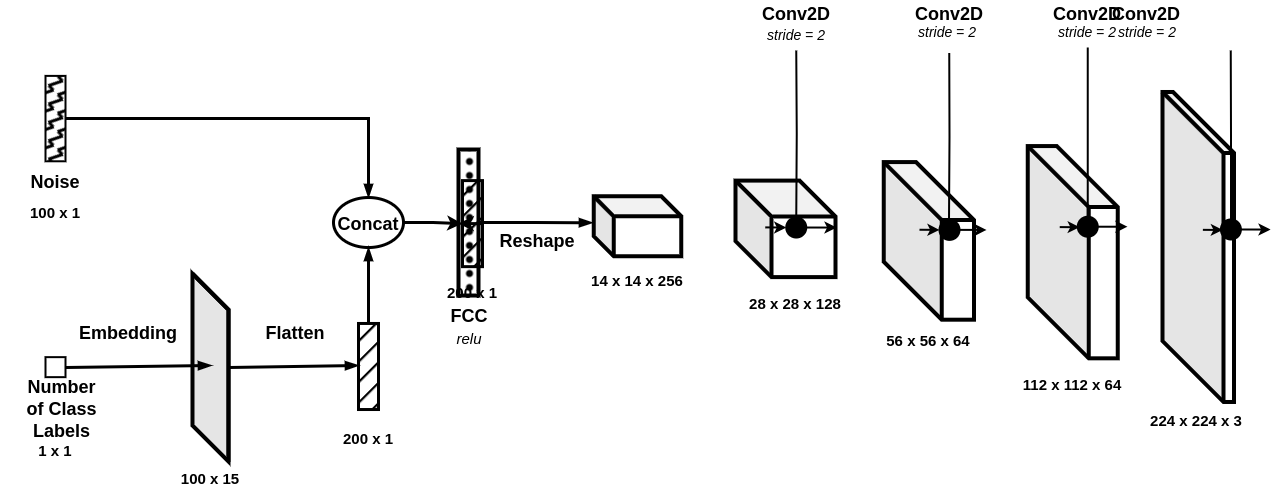
The draw.io diagram generator.png in viniciusrpb/drawio_flowcharts, before a commit. Source tidied: cells renumbered, new cells last; positions are measured from the earlier drawing's top-left corner, leaving out a move shared by most shapes.
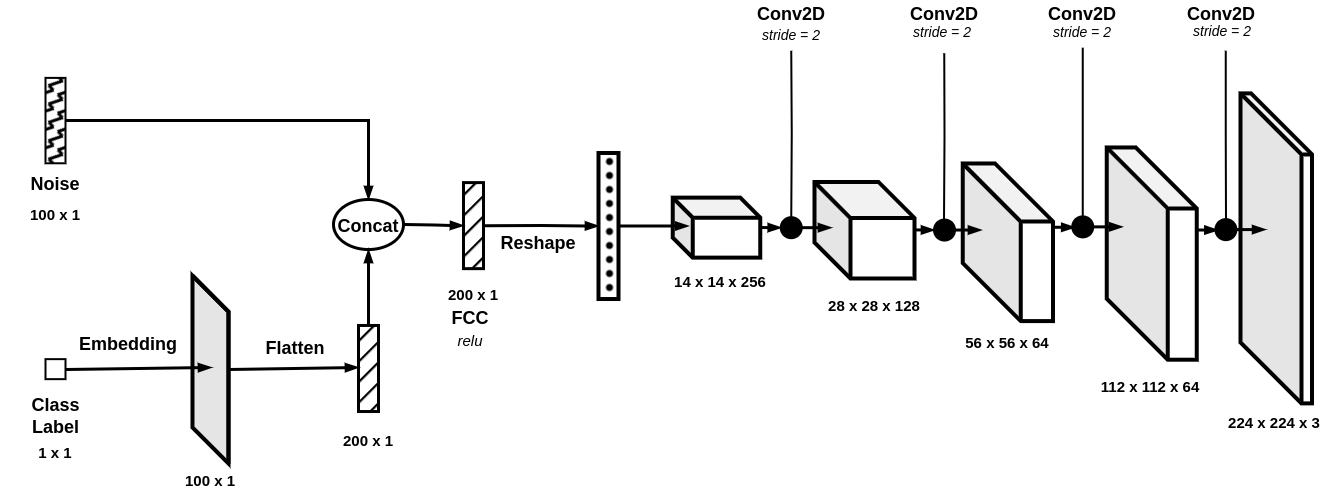
After the change.

The edit, as a diff of the source:
```diff
@@ -14,73 +14,75 @@
     <mxCell id="5" style="rounded=0;whiteSpace=wrap;html=1;strokeWidth=2;fillStyle=solid;fillColor=#FFFFFF;" parent="1" vertex="1">
       <mxGeometry x="45" y="357.6" width="20" height="20" as="geometry" />
     </mxCell>
-    <mxCell id="6" value="Number of Class&lt;div style=&quot;font-size: 18px;&quot;&gt;Labels&lt;/div&gt;&lt;div style=&quot;font-size: 18px;&quot;&gt;&lt;br&gt;&lt;/div&gt;" style="text;html=1;strokeColor=none;fillColor=none;align=center;verticalAlign=middle;whiteSpace=wrap;rounded=0;fontSize=18;fontStyle=1;strokeWidth=4;" parent="1" vertex="1">
-      <mxGeometry x="25" y="406.2" width="73" height="30" as="geometry" />
+    <mxCell id="6" value="&lt;div style=&quot;font-size: 18px;&quot;&gt;Class Label&lt;/div&gt;" style="text;html=1;strokeColor=none;fillColor=none;align=center;verticalAlign=middle;whiteSpace=wrap;rounded=0;fontSize=18;fontStyle=1;strokeWidth=4;" parent="1" vertex="1">
+      <mxGeometry x="18.5" y="399.6" width="73" height="30" as="geometry" />
     </mxCell>
-    <mxCell id="7" style="edgeStyle=orthogonalEdgeStyle;rounded=0;jettySize=auto;html=1;exitX=1;exitY=0.5;exitDx=0;exitDy=0;entryX=0;entryY=0.5;entryDx=0;entryDy=0;strokeWidth=3;" parent="1" edge="1" source="8" target="60">
-      <mxGeometry relative="1" as="geometry" />
+    <mxCell id="7" style="edgeStyle=orthogonalEdgeStyle;rounded=0;jettySize=auto;html=1;exitX=1;exitY=0.5;exitDx=0;exitDy=0;entryX=0;entryY=0.5;entryDx=0;entryDy=0;strokeWidth=3;endArrow=blockThin;endFill=1;" parent="1" edge="1" target="60">
+      <mxGeometry relative="1" as="geometry">
+        <mxPoint x="404" y="223" as="sourcePoint" />
+      </mxGeometry>
     </mxCell>
     <mxCell id="8" value="&lt;font style=&quot;font-size: 18px;&quot;&gt;Concat&lt;/font&gt;" style="ellipse;whiteSpace=wrap;html=1;strokeWidth=3;fontStyle=1;fontSize=24;" parent="1" vertex="1">
       <mxGeometry x="333" y="198" width="70" height="50" as="geometry" />
     </mxCell>
     <mxCell id="9" value="&lt;div style=&quot;font-size: 15px;&quot;&gt;28 x 28 x 128&lt;/div&gt;" style="text;html=1;strokeColor=none;fillColor=none;align=center;verticalAlign=middle;whiteSpace=wrap;rounded=0;fontSize=15;fontStyle=1;strokeWidth=4;" parent="1" vertex="1">
-      <mxGeometry x="735" y="289.3" width="120" height="30" as="geometry" />
+      <mxGeometry x="814" y="288.7" width="120" height="30" as="geometry" />
     </mxCell>
     <mxCell id="10" value="&lt;div style=&quot;font-size: 15px;&quot;&gt;56 x 56 x 64&lt;/div&gt;" style="text;html=1;strokeColor=none;fillColor=none;align=center;verticalAlign=middle;whiteSpace=wrap;rounded=0;fontSize=15;fontStyle=1;strokeWidth=4;" parent="1" vertex="1">
-      <mxGeometry x="868.4" y="326.2" width="120" height="30" as="geometry" />
+      <mxGeometry x="947.4" y="325.6" width="120" height="30" as="geometry" />
     </mxCell>
     <mxCell id="11" value="&lt;div style=&quot;font-size: 15px;&quot;&gt;112 x 112 x 64&lt;/div&gt;" style="text;html=1;strokeColor=none;fillColor=none;align=center;verticalAlign=middle;whiteSpace=wrap;rounded=0;fontSize=15;fontStyle=1;strokeWidth=4;" parent="1" vertex="1">
-      <mxGeometry x="1012.2" y="370.2" width="120" height="30" as="geometry" />
+      <mxGeometry x="1090.2" y="369.6" width="120" height="30" as="geometry" />
     </mxCell>
     <mxCell id="12" value="&lt;div style=&quot;font-size: 15px;&quot;&gt;224 x 224 x 3&lt;/div&gt;" style="text;html=1;strokeColor=none;fillColor=none;align=center;verticalAlign=middle;whiteSpace=wrap;rounded=0;fontSize=15;fontStyle=1;strokeWidth=4;" parent="1" vertex="1">
-      <mxGeometry x="1136.4" y="406.3" width="120" height="30" as="geometry" />
+      <mxGeometry x="1214.4" y="405.6" width="120" height="30" as="geometry" />
     </mxCell>
     <mxCell id="13" style="shape=cube;whiteSpace=wrap;html=1;boundedLbl=1;backgroundOutline=1;darkOpacity=0.05;darkOpacity2=0.1;strokeWidth=4;size=58;fillColor=default;gradientColor=none;" parent="1" vertex="1">
-      <mxGeometry x="883.2" y="162.6" width="90.2" height="157.6" as="geometry" />
+      <mxGeometry x="962.2" y="162" width="90.2" height="157.6" as="geometry" />
     </mxCell>
     <mxCell id="14" style="shape=cube;whiteSpace=wrap;html=1;boundedLbl=1;backgroundOutline=1;darkOpacity=0.05;darkOpacity2=0.1;strokeWidth=4;size=36;fillColor=default;gradientColor=none;" parent="1" vertex="1">
-      <mxGeometry x="735" y="181.1" width="100" height="96.5" as="geometry" />
+      <mxGeometry x="814" y="180.5" width="100" height="96.5" as="geometry" />
     </mxCell>
     <mxCell id="15" style="shape=cube;whiteSpace=wrap;html=1;boundedLbl=1;backgroundOutline=1;darkOpacity=0.05;darkOpacity2=0.1;strokeWidth=4;size=61;fillColor=default;gradientColor=none;" parent="1" vertex="1">
-      <mxGeometry x="1027.2" y="146.6" width="90" height="212.2" as="geometry" />
+      <mxGeometry x="1106.2" y="146" width="90" height="212.2" as="geometry" />
     </mxCell>
     <mxCell id="16" style="shape=cube;whiteSpace=wrap;html=1;boundedLbl=1;backgroundOutline=1;darkOpacity=0.05;darkOpacity2=0.1;strokeWidth=4;size=61;fillColor=default;gradientColor=none;" parent="1" vertex="1">
-      <mxGeometry x="1162" y="92.5" width="71.5" height="310" as="geometry" />
+      <mxGeometry x="1240" y="91.9" width="71.5" height="310" as="geometry" />
     </mxCell>
-    <mxCell id="17" value="&lt;div style=&quot;font-size: 15px;&quot;&gt;100 x 15&lt;/div&gt;" style="text;html=1;strokeColor=none;fillColor=none;align=center;verticalAlign=middle;whiteSpace=wrap;rounded=0;fontSize=15;fontStyle=1;strokeWidth=4;" parent="1" vertex="1">
+    <mxCell id="17" value="&lt;div style=&quot;font-size: 15px;&quot;&gt;100 x 1&lt;/div&gt;" style="text;html=1;strokeColor=none;fillColor=none;align=center;verticalAlign=middle;whiteSpace=wrap;rounded=0;fontSize=15;fontStyle=1;strokeWidth=4;" parent="1" vertex="1">
       <mxGeometry x="155" y="464" width="110" height="30" as="geometry" />
     </mxCell>
     <mxCell id="18" value="&lt;div style=&quot;font-size: 15px;&quot;&gt;14 x 14 x 256&lt;/div&gt;" style="text;html=1;strokeColor=none;fillColor=none;align=center;verticalAlign=middle;whiteSpace=wrap;rounded=0;fontSize=15;fontStyle=1;strokeWidth=4;" parent="1" vertex="1">
-      <mxGeometry x="582" y="266" width="110" height="30" as="geometry" />
+      <mxGeometry x="665" y="265.4" width="110" height="30" as="geometry" />
     </mxCell>
     <mxCell id="19" style="shape=cube;whiteSpace=wrap;html=1;boundedLbl=1;backgroundOutline=1;darkOpacity=0.05;darkOpacity2=0.1;strokeWidth=4;size=20;fillColor=default;gradientColor=none;" parent="1" vertex="1">
-      <mxGeometry x="593.2" y="196.7" width="87.5" height="60" as="geometry" />
+      <mxGeometry x="672.2" y="196.1" width="87.5" height="60" as="geometry" />
     </mxCell>
     <mxCell id="20" value="Conv2D" style="text;html=1;align=center;verticalAlign=middle;whiteSpace=wrap;rounded=0;fontStyle=1;fontSize=18;" parent="1" vertex="1">
-      <mxGeometry x="1116.4" y="0.2" width="60" height="30" as="geometry" />
+      <mxGeometry x="1191" y="-1.6" width="60" height="30" as="geometry" />
     </mxCell>
     <mxCell id="21" value="stride = 2" style="text;html=1;align=center;verticalAlign=middle;whiteSpace=wrap;rounded=0;fontSize=14;fontStyle=2;" parent="1" vertex="1">
-      <mxGeometry x="1117.2" y="18" width="60" height="30" as="geometry" />
+      <mxGeometry x="1191.9" y="14" width="60" height="32.1" as="geometry" />
     </mxCell>
     <mxCell id="22" value="Embedding" style="text;html=1;align=center;verticalAlign=middle;whiteSpace=wrap;rounded=0;fontStyle=1;fontSize=18;" parent="1" vertex="1">
-      <mxGeometry x="98" y="319.3" width="60" height="30" as="geometry" />
+      <mxGeometry x="98" y="328.2" width="60" height="30" as="geometry" />
     </mxCell>
-    <mxCell id="23" style="edgeStyle=orthogonalEdgeStyle;rounded=0;jettySize=auto;html=1;strokeWidth=3;endArrow=blockThin;endFill=1;" parent="1" edge="1" source="24">
-      <mxGeometry relative="1" as="geometry">
-        <mxPoint x="592" y="223.2" as="targetPoint" />
-      </mxGeometry>
-    </mxCell>
+    <mxCell id="62" style="edgeStyle=orthogonalEdgeStyle;rounded=0;jettySize=auto;html=1;strokeWidth=3;endArrow=blockThin;endFill=1;" parent="1" edge="1" source="24">
+      <mxGeometry relative="1" as="geometry">
+        <mxPoint x="688" y="224.5" as="targetPoint" />
+      </mxGeometry>
+    </mxCell>
     <mxCell id="24" style="rounded=0;whiteSpace=wrap;html=1;strokeWidth=4;fillStyle=dots;fillColor=#000000;" parent="1" vertex="1">
-      <mxGeometry x="458" y="150" width="20" height="146" as="geometry" />
+      <mxGeometry x="598" y="151.5" width="20" height="146" as="geometry" />
     </mxCell>
     <mxCell id="25" value="&lt;div&gt;relu&lt;/div&gt;" style="text;html=1;align=center;verticalAlign=middle;whiteSpace=wrap;rounded=0;fontSize=15;fontStyle=2;" parent="1" vertex="1">
-      <mxGeometry x="434" y="323" width="70" height="32.3" as="geometry" />
+      <mxGeometry x="435" y="323" width="70" height="32.3" as="geometry" />
     </mxCell>
     <mxCell id="26" value="Reshape" style="text;html=1;align=center;verticalAlign=middle;whiteSpace=wrap;rounded=0;fontStyle=1;fontSize=18;" parent="1" vertex="1">
-      <mxGeometry x="507" y="226.7" width="60" height="30" as="geometry" />
+      <mxGeometry x="508" y="226.7" width="60" height="30" as="geometry" />
     </mxCell>
     <mxCell id="27" value="FCC" style="text;html=1;align=center;verticalAlign=middle;whiteSpace=wrap;rounded=0;fontStyle=1;fontSize=18;" parent="1" vertex="1">
-      <mxGeometry x="439" y="302.2" width="60" height="30" as="geometry" />
+      <mxGeometry x="440" y="302.2" width="60" height="30" as="geometry" />
     </mxCell>
     <mxCell id="28" style="edgeStyle=orthogonalEdgeStyle;rounded=0;jettySize=auto;html=1;entryX=0.5;entryY=1;entryDx=0;entryDy=0;strokeWidth=3;endArrow=blockThin;endFill=1;" parent="1" edge="1" source="29" target="8">
       <mxGeometry relative="1" as="geometry" />
@@ -95,98 +97,98 @@
       <mxGeometry y="436.2" width="110" height="30" as="geometry" />
     </mxCell>
     <mxCell id="32" value="Conv2D" style="text;html=1;align=center;verticalAlign=middle;whiteSpace=wrap;rounded=0;fontStyle=1;fontSize=18;" parent="1" vertex="1">
-      <mxGeometry x="765.8" y="0.2" width="60" height="30" as="geometry" />
+      <mxGeometry x="760.8" y="-1.6" width="60" height="30" as="geometry" />
     </mxCell>
     <mxCell id="33" value="stride = 2" style="text;html=1;align=center;verticalAlign=middle;whiteSpace=wrap;rounded=0;fontSize=14;fontStyle=2;strokeWidth=2;" parent="1" vertex="1">
-      <mxGeometry x="765.8" y="21" width="60" height="30" as="geometry" />
+      <mxGeometry x="760.8" y="19.2" width="60" height="30" as="geometry" />
     </mxCell>
     <mxCell id="34" style="edgeStyle=orthogonalEdgeStyle;rounded=0;jettySize=auto;html=1;exitX=0.5;exitY=0;exitDx=0;exitDy=0;exitPerimeter=0;entryX=0.5;entryY=1;entryDx=0;entryDy=0;endArrow=none;endFill=0;strokeWidth=2;" parent="1" edge="1" target="33">
       <mxGeometry relative="1" as="geometry">
-        <mxPoint x="795.8" y="218" as="sourcePoint" />
+        <mxPoint x="790.8" y="216.2" as="sourcePoint" />
       </mxGeometry>
     </mxCell>
-    <mxCell id="35" style="strokeWidth=2;html=1;shape=mxgraph.flowchart.start_2;whiteSpace=wrap;fillColor=#000000;" parent="1" vertex="1">
-      <mxGeometry x="785.8" y="218" width="20" height="20" as="geometry" />
+    <mxCell id="35" style="strokeWidth=3;html=1;shape=mxgraph.flowchart.start_2;whiteSpace=wrap;fillColor=#000000;" parent="1" vertex="1">
+      <mxGeometry x="780.8" y="216.2" width="20" height="20" as="geometry" />
     </mxCell>
-    <mxCell id="36" style="edgeStyle=orthogonalEdgeStyle;rounded=0;orthogonalLoop=1;jettySize=auto;html=1;strokeWidth=2;" parent="1" edge="1">
+    <mxCell id="36" style="edgeStyle=orthogonalEdgeStyle;rounded=0;orthogonalLoop=1;jettySize=auto;html=1;strokeWidth=3;endArrow=blockThin;endFill=1;" parent="1" edge="1">
       <mxGeometry relative="1" as="geometry">
-        <mxPoint x="797.8" y="228" as="sourcePoint" />
-        <mxPoint x="836" y="228.2" as="targetPoint" />
+        <mxPoint x="792.8" y="226.2" as="sourcePoint" />
+        <mxPoint x="831" y="226.4" as="targetPoint" />
       </mxGeometry>
     </mxCell>
-    <mxCell id="37" style="endArrow=classic;html=1;rounded=0;exitX=0;exitY=0;exitDx=100;exitDy=36;exitPerimeter=0;entryX=0;entryY=0.5;entryDx=0;entryDy=0;entryPerimeter=0;strokeWidth=2;" parent="1" edge="1" target="35">
+    <mxCell id="37" style="endArrow=blockThin;html=1;rounded=0;exitX=0;exitY=0;exitDx=100;exitDy=36;exitPerimeter=0;entryX=0;entryY=0.5;entryDx=0;entryDy=0;entryPerimeter=0;strokeWidth=3;endFill=1;" parent="1" edge="1" target="35">
       <mxGeometry relative="1" as="geometry">
-        <mxPoint x="764.8" y="227.9" as="sourcePoint" />
+        <mxPoint x="759.8" y="226" as="sourcePoint" />
       </mxGeometry>
     </mxCell>
     <mxCell id="38" value="Conv2D" style="text;html=1;align=center;verticalAlign=middle;whiteSpace=wrap;rounded=0;fontStyle=1;fontSize=18;" parent="1" vertex="1">
-      <mxGeometry x="919" y="0.2" width="60" height="30" as="geometry" />
+      <mxGeometry x="914" y="-1.6" width="60" height="30" as="geometry" />
     </mxCell>
     <mxCell id="39" value="stride = 2" style="text;html=1;align=center;verticalAlign=middle;whiteSpace=wrap;rounded=0;fontSize=14;fontStyle=2;strokeWidth=2;" parent="1" vertex="1">
-      <mxGeometry x="917" y="18" width="60" height="30" as="geometry" />
+      <mxGeometry x="912" y="16.2" width="60" height="30" as="geometry" />
     </mxCell>
-    <mxCell id="40" style="strokeWidth=2;html=1;shape=mxgraph.flowchart.start_2;whiteSpace=wrap;fillColor=#000000;" parent="1" vertex="1">
-      <mxGeometry x="939" y="220.4" width="20" height="20" as="geometry" />
+    <mxCell id="40" style="strokeWidth=3;html=1;shape=mxgraph.flowchart.start_2;whiteSpace=wrap;fillColor=#000000;" parent="1" vertex="1">
+      <mxGeometry x="934" y="218.5" width="20" height="20" as="geometry" />
     </mxCell>
-    <mxCell id="41" style="edgeStyle=orthogonalEdgeStyle;rounded=0;orthogonalLoop=1;jettySize=auto;html=1;strokeWidth=2;" parent="1" edge="1">
+    <mxCell id="41" style="edgeStyle=orthogonalEdgeStyle;rounded=0;orthogonalLoop=1;jettySize=auto;html=1;strokeWidth=3;endArrow=blockThin;endFill=1;" parent="1" edge="1">
       <mxGeometry relative="1" as="geometry">
-        <mxPoint x="950" y="230.4" as="sourcePoint" />
-        <mxPoint x="986" y="230.2" as="targetPoint" />
+        <mxPoint x="945" y="228.5" as="sourcePoint" />
+        <mxPoint x="981" y="228.4" as="targetPoint" />
       </mxGeometry>
     </mxCell>
-    <mxCell id="42" style="endArrow=classic;html=1;rounded=0;exitX=0;exitY=0;exitDx=100;exitDy=36;exitPerimeter=0;entryX=0;entryY=0.5;entryDx=0;entryDy=0;entryPerimeter=0;strokeWidth=2;" parent="1" edge="1" target="40">
+    <mxCell id="42" style="endArrow=blockThin;html=1;rounded=0;exitX=0;exitY=0;exitDx=100;exitDy=36;exitPerimeter=0;entryX=0;entryY=0.5;entryDx=0;entryDy=0;entryPerimeter=0;strokeWidth=3;endFill=1;" parent="1" edge="1" target="40">
       <mxGeometry relative="1" as="geometry">
-        <mxPoint x="919" y="230.2" as="sourcePoint" />
+        <mxPoint x="914" y="228.4" as="sourcePoint" />
       </mxGeometry>
     </mxCell>
     <mxCell id="43" value="Conv2D" style="text;html=1;align=center;verticalAlign=middle;whiteSpace=wrap;rounded=0;fontStyle=1;fontSize=18;" parent="1" vertex="1">
-      <mxGeometry x="1057.2" y="0.2" width="60" height="30" as="geometry" />
+      <mxGeometry x="1052.2" y="-1.6" width="60" height="30" as="geometry" />
     </mxCell>
     <mxCell id="44" value="stride = 2" style="text;html=1;align=center;verticalAlign=middle;whiteSpace=wrap;rounded=0;fontSize=14;fontStyle=2;strokeWidth=2;" parent="1" vertex="1">
-      <mxGeometry x="1057.2" y="18" width="60" height="30" as="geometry" />
+      <mxGeometry x="1052.2" y="16.2" width="60" height="30" as="geometry" />
     </mxCell>
     <mxCell id="45" style="edgeStyle=orthogonalEdgeStyle;rounded=0;jettySize=auto;html=1;exitX=0.5;exitY=0;exitDx=0;exitDy=0;exitPerimeter=0;entryX=0.5;entryY=1;entryDx=0;entryDy=0;endArrow=none;endFill=0;strokeWidth=2;" parent="1" edge="1" source="46" target="44">
       <mxGeometry relative="1" as="geometry" />
     </mxCell>
-    <mxCell id="46" style="strokeWidth=2;html=1;shape=mxgraph.flowchart.start_2;whiteSpace=wrap;fillColor=#000000;" parent="1" vertex="1">
-      <mxGeometry x="1077.2" y="217.2" width="20" height="20" as="geometry" />
+    <mxCell id="46" style="strokeWidth=3;html=1;shape=mxgraph.flowchart.start_2;whiteSpace=wrap;fillColor=#000000;" parent="1" vertex="1">
+      <mxGeometry x="1072.2" y="215.4" width="20" height="20" as="geometry" />
     </mxCell>
-    <mxCell id="47" style="edgeStyle=orthogonalEdgeStyle;rounded=0;orthogonalLoop=1;jettySize=auto;html=1;strokeWidth=2;" parent="1" edge="1">
+    <mxCell id="47" style="edgeStyle=orthogonalEdgeStyle;rounded=0;orthogonalLoop=1;jettySize=auto;html=1;strokeWidth=3;endArrow=blockThin;endFill=1;" parent="1" edge="1">
       <mxGeometry relative="1" as="geometry">
-        <mxPoint x="1088.2" y="227.2" as="sourcePoint" />
-        <mxPoint x="1127" y="227.4" as="targetPoint" />
+        <mxPoint x="1083.2" y="225.4" as="sourcePoint" />
+        <mxPoint x="1122" y="225.6" as="targetPoint" />
       </mxGeometry>
     </mxCell>
-    <mxCell id="48" style="endArrow=classic;html=1;rounded=0;exitX=0;exitY=0;exitDx=100;exitDy=36;exitPerimeter=0;entryX=0;entryY=0.5;entryDx=0;entryDy=0;entryPerimeter=0;strokeWidth=2;" parent="1" edge="1">
+    <mxCell id="48" style="endArrow=blockThin;html=1;rounded=0;exitX=0;exitY=0;exitDx=100;exitDy=36;exitPerimeter=0;entryX=0;entryY=0.5;entryDx=0;entryDy=0;entryPerimeter=0;strokeWidth=3;endFill=1;" parent="1" edge="1">
       <mxGeometry relative="1" as="geometry">
-        <mxPoint x="1059.2" y="227.6" as="sourcePoint" />
-        <mxPoint x="1079.2" y="227.7" as="targetPoint" />
+        <mxPoint x="1054.2" y="225.7" as="sourcePoint" />
+        <mxPoint x="1074.2" y="225.9" as="targetPoint" />
       </mxGeometry>
     </mxCell>
     <mxCell id="49" style="edgeStyle=orthogonalEdgeStyle;rounded=0;orthogonalLoop=1;jettySize=auto;html=1;exitX=0.5;exitY=0;exitDx=0;exitDy=0;exitPerimeter=0;entryX=0.5;entryY=1;entryDx=0;entryDy=0;endArrow=none;endFill=0;strokeWidth=2;" parent="1" edge="1">
       <mxGeometry relative="1" as="geometry">
-        <mxPoint x="948.6" y="220.4" as="sourcePoint" />
-        <mxPoint x="948.8" y="53.6" as="targetPoint" />
+        <mxPoint x="943.6" y="218.5" as="sourcePoint" />
+        <mxPoint x="943.8" y="51.8" as="targetPoint" />
       </mxGeometry>
     </mxCell>
     <mxCell id="50" style="edgeStyle=orthogonalEdgeStyle;rounded=0;jettySize=auto;html=1;exitX=0.5;exitY=0;exitDx=0;exitDy=0;exitPerimeter=0;entryX=0.5;entryY=1;entryDx=0;entryDy=0;endArrow=none;endFill=0;strokeWidth=2;" parent="1" edge="1" source="51">
       <mxGeometry relative="1" as="geometry">
-        <mxPoint x="1230.1" y="51" as="targetPoint" />
+        <mxPoint x="1225.1" y="49.1" as="targetPoint" />
       </mxGeometry>
     </mxCell>
-    <mxCell id="51" style="strokeWidth=2;html=1;shape=mxgraph.flowchart.start_2;whiteSpace=wrap;fillColor=#000000;" parent="1" vertex="1">
-      <mxGeometry x="1220.4" y="220" width="20" height="20" as="geometry" />
+    <mxCell id="51" style="strokeWidth=3;html=1;shape=mxgraph.flowchart.start_2;whiteSpace=wrap;fillColor=#000000;" parent="1" vertex="1">
+      <mxGeometry x="1215.4" y="218.1" width="20" height="20" as="geometry" />
     </mxCell>
-    <mxCell id="52" style="edgeStyle=orthogonalEdgeStyle;rounded=0;orthogonalLoop=1;jettySize=auto;html=1;strokeWidth=2;" parent="1" edge="1">
+    <mxCell id="52" style="edgeStyle=orthogonalEdgeStyle;rounded=0;orthogonalLoop=1;jettySize=auto;html=1;strokeWidth=3;endArrow=blockThin;endFill=1;" parent="1" edge="1">
       <mxGeometry relative="1" as="geometry">
-        <mxPoint x="1231.4" y="230" as="sourcePoint" />
-        <mxPoint x="1270.1" y="230.2" as="targetPoint" />
+        <mxPoint x="1226.4" y="228.1" as="sourcePoint" />
+        <mxPoint x="1265.1" y="228.4" as="targetPoint" />
       </mxGeometry>
     </mxCell>
-    <mxCell id="53" style="endArrow=classic;html=1;rounded=0;exitX=0;exitY=0;exitDx=100;exitDy=36;exitPerimeter=0;entryX=0;entryY=0.5;entryDx=0;entryDy=0;entryPerimeter=0;strokeWidth=2;" parent="1" edge="1">
+    <mxCell id="53" style="endArrow=blockThin;html=1;rounded=0;exitX=0;exitY=0;exitDx=100;exitDy=36;exitPerimeter=0;entryX=0;entryY=0.5;entryDx=0;entryDy=0;entryPerimeter=0;strokeWidth=3;endFill=1;" parent="1" edge="1">
       <mxGeometry relative="1" as="geometry">
-        <mxPoint x="1202.4" y="230.3" as="sourcePoint" />
-        <mxPoint x="1222.4" y="230.5" as="targetPoint" />
+        <mxPoint x="1197.4" y="228.5" as="sourcePoint" />
+        <mxPoint x="1217.4" y="228.6" as="targetPoint" />
       </mxGeometry>
     </mxCell>
     <mxCell id="54" style="shape=cube;whiteSpace=wrap;html=1;boundedLbl=1;backgroundOutline=1;darkOpacity=0.05;darkOpacity2=0.1;strokeWidth=4;size=61;fillColor=default;gradientColor=none;" parent="1" vertex="1">
@@ -205,19 +207,19 @@
       </mxGeometry>
     </mxCell>
     <mxCell id="57" value="Flatten" style="text;html=1;align=center;verticalAlign=middle;whiteSpace=wrap;rounded=0;fontStyle=1;fontSize=18;" parent="1" vertex="1">
-      <mxGeometry x="265" y="319.3" width="60" height="30" as="geometry" />
+      <mxGeometry x="265" y="332.2" width="60" height="30" as="geometry" />
     </mxCell>
     <mxCell id="58" value="&lt;div style=&quot;font-size: 15px;&quot;&gt;200 x 1&lt;/div&gt;" style="text;html=1;strokeColor=none;fillColor=none;align=center;verticalAlign=middle;whiteSpace=wrap;rounded=0;fontSize=15;fontStyle=1;strokeWidth=4;" parent="1" vertex="1">
       <mxGeometry x="313" y="424" width="110" height="30" as="geometry" />
     </mxCell>
-    <mxCell id="59" style="edgeStyle=orthogonalEdgeStyle;rounded=0;jettySize=auto;html=1;exitX=1;exitY=0.5;exitDx=0;exitDy=0;entryX=0;entryY=0.5;entryDx=0;entryDy=0;strokeWidth=3;" parent="1" edge="1" source="60" target="24">
+    <mxCell id="59" style="edgeStyle=orthogonalEdgeStyle;rounded=0;jettySize=auto;html=1;exitX=1;exitY=0.5;exitDx=0;exitDy=0;entryX=0;entryY=0.5;entryDx=0;entryDy=0;strokeWidth=3;endArrow=blockThin;endFill=1;" parent="1" edge="1" source="60" target="24">
       <mxGeometry relative="1" as="geometry" />
     </mxCell>
     <mxCell id="60" style="rounded=0;whiteSpace=wrap;html=1;strokeWidth=3;fillStyle=hatch;fillColor=#000000;" parent="1" vertex="1">
-      <mxGeometry x="462" y="181.1" width="20" height="86" as="geometry" />
+      <mxGeometry x="463" y="181.1" width="20" height="86" as="geometry" />
     </mxCell>
     <mxCell id="61" value="&lt;div style=&quot;font-size: 15px;&quot;&gt;200 x 1&lt;/div&gt;" style="text;html=1;strokeColor=none;fillColor=none;align=center;verticalAlign=middle;whiteSpace=wrap;rounded=0;fontSize=15;fontStyle=1;strokeWidth=4;" parent="1" vertex="1">
-      <mxGeometry x="417" y="277.6" width="110" height="30" as="geometry" />
+      <mxGeometry x="418" y="277.6" width="110" height="30" as="geometry" />
     </mxCell>
   </root>
 </mxGraphModel>
```
